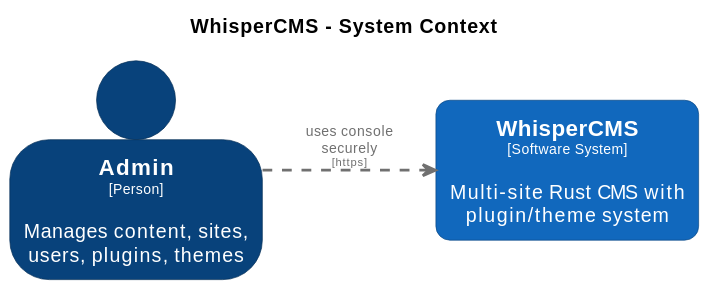
This is docs/diagrams/structurizr-WhisperCMS-Context.svg from CoderByBlood/whisper-cms, a PlantUML export, as it was before one commit.
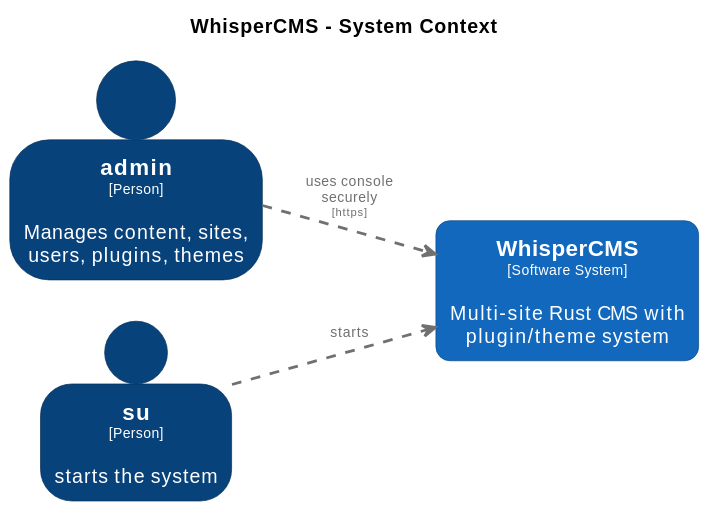
Later version of the same file.

Change to the diagram source:
```diff
@@ -15,12 +15,6 @@
 
 hide stereotype
 
-skinparam person<<Admin>> {
-  BackgroundColor #08427b
-  FontColor #ffffff
-  BorderColor #052e56
-  shadowing false
-}
 skinparam rectangle<<WhisperCMS>> {
   BackgroundColor #1168bd
   FontColor #ffffff
@@ -28,9 +22,23 @@
   roundCorner 20
   shadowing false
 }
+skinparam person<<admin>> {
+  BackgroundColor #08427b
+  FontColor #ffffff
+  BorderColor #052e56
+  shadowing false
+}
+skinparam person<<su>> {
+  BackgroundColor #08427b
+  FontColor #ffffff
+  BorderColor #052e56
+  shadowing false
+}
 
-person "==Admin\n<size:10>[Person]</size>\n\nManages content, sites, users, plugins, themes" <<Admin>> as Admin
+person "==admin\n<size:10>[Person]</size>\n\nManages content, sites, users, plugins, themes" <<admin>> as admin
+person "==su\n<size:10>[Person]</size>\n\nstarts the system" <<su>> as su
 rectangle "==WhisperCMS\n<size:10>[Software System]</size>\n\nMulti-site Rust CMS with plugin/theme system" <<WhisperCMS>> as WhisperCMS
 
-Admin .[#707070,thickness=2].> WhisperCMS : "<color:#707070>uses console securely\n<color:#707070><size:8>[https]</size>"
+su .[#707070,thickness=2].> WhisperCMS : "<color:#707070>starts"
+admin .[#707070,thickness=2].> WhisperCMS : "<color:#707070>uses console securely\n<color:#707070><size:8>[https]</size>"
 @enduml
```
